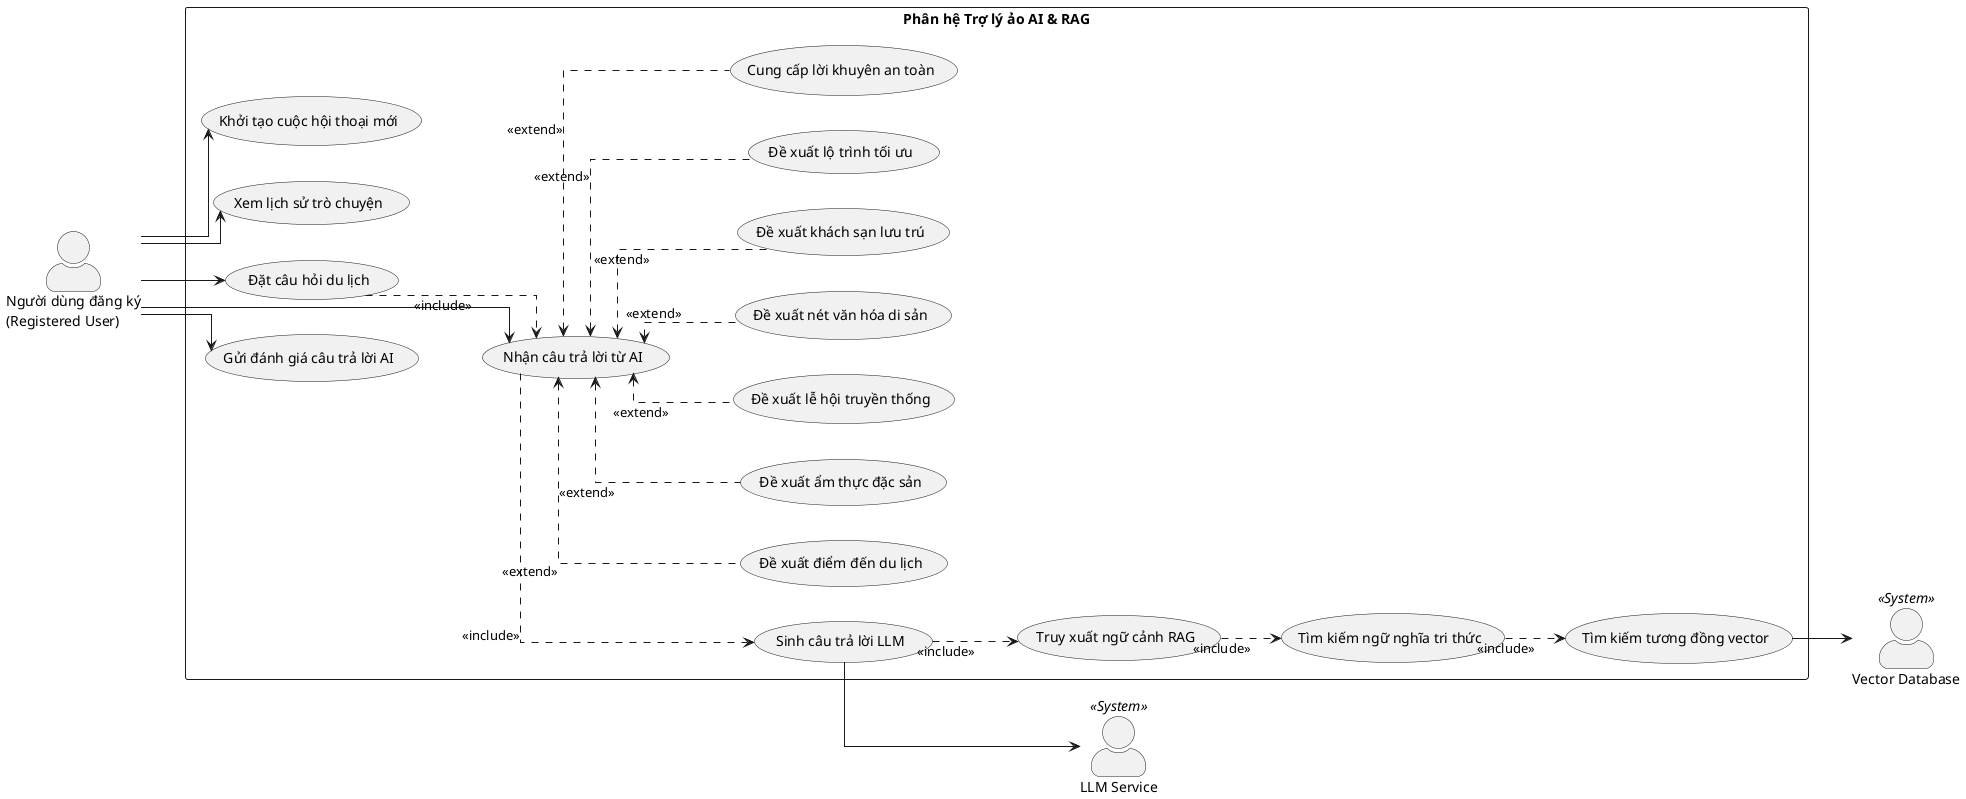
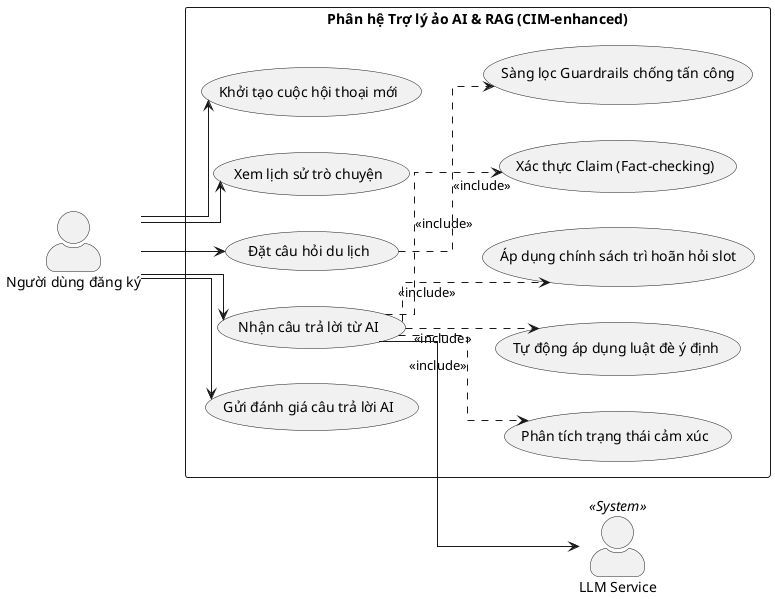
@startuml UseCase_AI
left to right direction
skinparam packageStyle rectangle
skinparam actorStyle awesome
skinparam linetype ortho

- ' Actors
- actor "Người dùng đăng ký\n(Registered User)" as RegisteredUser
+ actor "Người dùng đăng ký" as RegisteredUser
+ actor "LLM Service" as LLM <<System>>

- ' External Systems
- actor "LLM Service" as LLM <<System>>
- actor "Vector Database" as VectorDB <<System>>
- 
- rectangle "Phân hệ Trợ lý ảo AI & RAG" {
+ rectangle "Phân hệ Trợ lý ảo AI & RAG (CIM-enhanced)" {
  usecase "Khởi tạo cuộc hội thoại mới" as UC_StartConv
  usecase "Xem lịch sử trò chuyện" as UC_ConvHistory
  usecase "Đặt câu hỏi du lịch" as UC_AskQuestion
  usecase "Nhận câu trả lời từ AI" as UC_ReceiveAnswer
-   usecase "Truy xuất ngữ cảnh RAG" as UC_RetrieveContext
-   usecase "Tìm kiếm ngữ nghĩa tri thức" as UC_SemanticSearch
-   usecase "Tìm kiếm tương đồng vector" as UC_SimilaritySearch
-   usecase "Sinh câu trả lời LLM" as UC_GenerateResponse

-   usecase "Đề xuất điểm đến du lịch" as UC_RecDest
-   usecase "Đề xuất ẩm thực đặc sản" as UC_RecFood
-   usecase "Đề xuất lễ hội truyền thống" as UC_RecFestival
-   usecase "Đề xuất nét văn hóa di sản" as UC_RecCulture
-   usecase "Đề xuất khách sạn lưu trú" as UC_RecHotel
-   usecase "Đề xuất lộ trình tối ưu" as UC_RecRoute
-   usecase "Cung cấp lời khuyên an toàn" as UC_TravelAdvice
+   ' Bổ sung các tính năng của CIM và bảo vệ
+   usecase "Phân tích trạng thái cảm xúc" as UC_EmotionAnalysis
+   usecase "Tự động áp dụng luật đè ý định" as UC_RuleOverride
+   usecase "Áp dụng chính sách trì hoãn hỏi slot" as UC_AnswerFirst
+   usecase "Sàng lọc Guardrails chống tấn công" as UC_Guardrails
+   usecase "Xác thực Claim (Fact-checking)" as UC_FactCheck

  usecase "Gửi đánh giá câu trả lời AI" as UC_FeedbackResponse
}

- ' Registered User Associations
RegisteredUser --> UC_StartConv
RegisteredUser --> UC_ConvHistory
RegisteredUser --> UC_AskQuestion
RegisteredUser --> UC_ReceiveAnswer
RegisteredUser --> UC_FeedbackResponse

- ' Relationships (include / extend)
- UC_AskQuestion ..> UC_ReceiveAnswer : <<include>>
- UC_ReceiveAnswer ..> UC_GenerateResponse : <<include>>
- UC_GenerateResponse ..> UC_RetrieveContext : <<include>>
- UC_RetrieveContext ..> UC_SemanticSearch : <<include>>
- UC_SemanticSearch ..> UC_SimilaritySearch : <<include>>
+ UC_AskQuestion ..> UC_Guardrails : <<include>>
+ UC_ReceiveAnswer ..> UC_EmotionAnalysis : <<include>>
+ UC_ReceiveAnswer ..> UC_RuleOverride : <<include>>
+ UC_ReceiveAnswer ..> UC_AnswerFirst : <<include>>
+ UC_ReceiveAnswer ..> UC_FactCheck : <<include>>

- ' Extensions (gợi ý)
- UC_ReceiveAnswer <.. UC_RecDest : <<extend>>
- UC_ReceiveAnswer <.. UC_RecFood : <<extend>>
- UC_ReceiveAnswer <.. UC_RecFestival : <<extend>>
- UC_ReceiveAnswer <.. UC_RecCulture : <<extend>>
- UC_ReceiveAnswer <.. UC_RecHotel : <<extend>>
- UC_ReceiveAnswer <.. UC_RecRoute : <<extend>>
- UC_ReceiveAnswer <.. UC_TravelAdvice : <<extend>>
- 
- ' External System Associations
- UC_GenerateResponse --> LLM
- UC_SimilaritySearch --> VectorDB
+ UC_ReceiveAnswer --> LLM
@enduml
